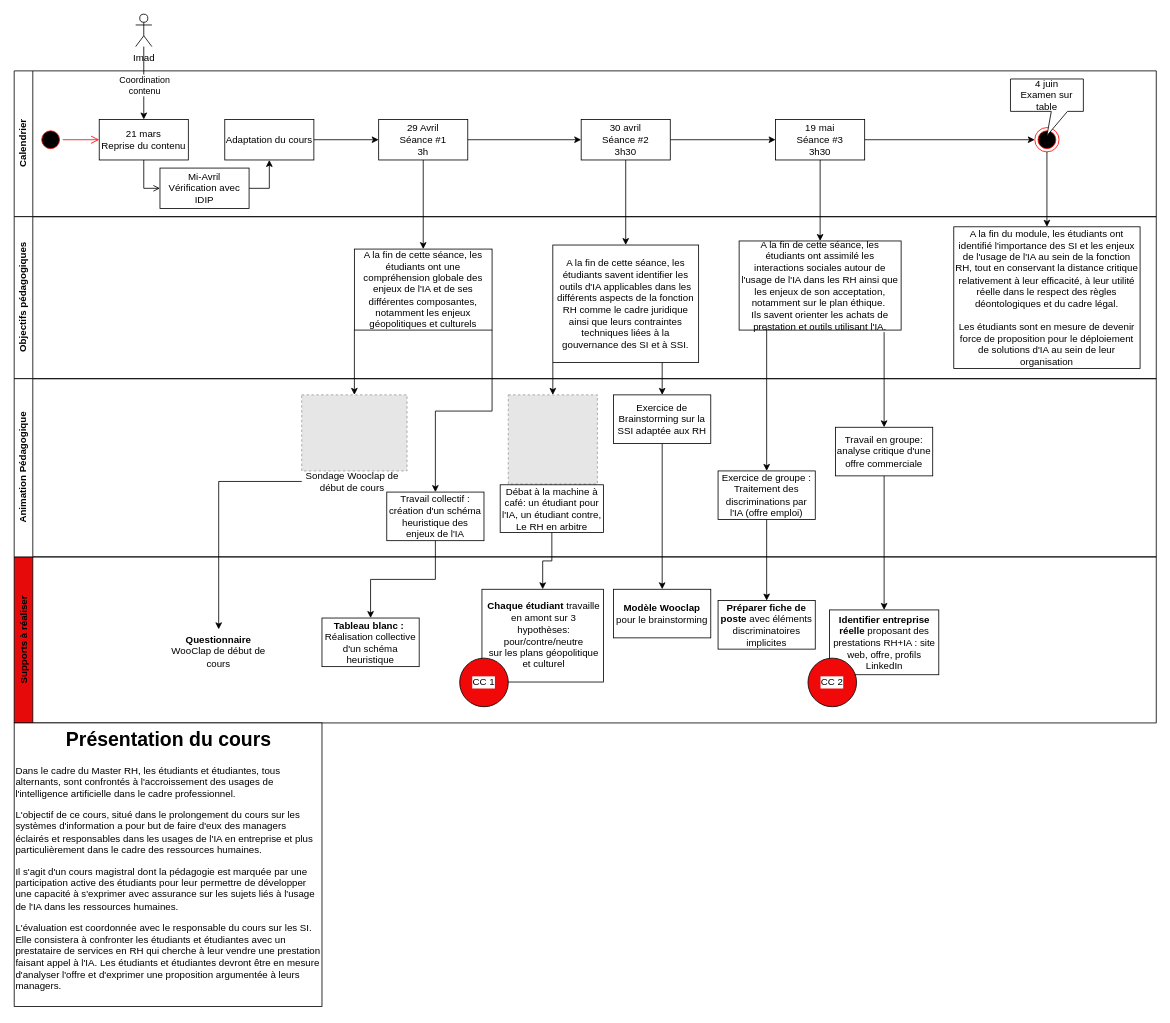
Above: page "Parcours pédagogique" (1 of 3) of Cours IA et RH.drawio in Fabrice-64/Drawings (draw.io), before the change. Source tidied: cells renumbered, new cells numbered last; positions are measured from the earlier drawing's top-left corner, leaving out a move shared by most shapes. Both pictures are drawn from the tidied source at 81%, with x=0, y=0 at pixel (14, 14). Pictures stored in the file or linked from it are replaced by grey dashed boxes.
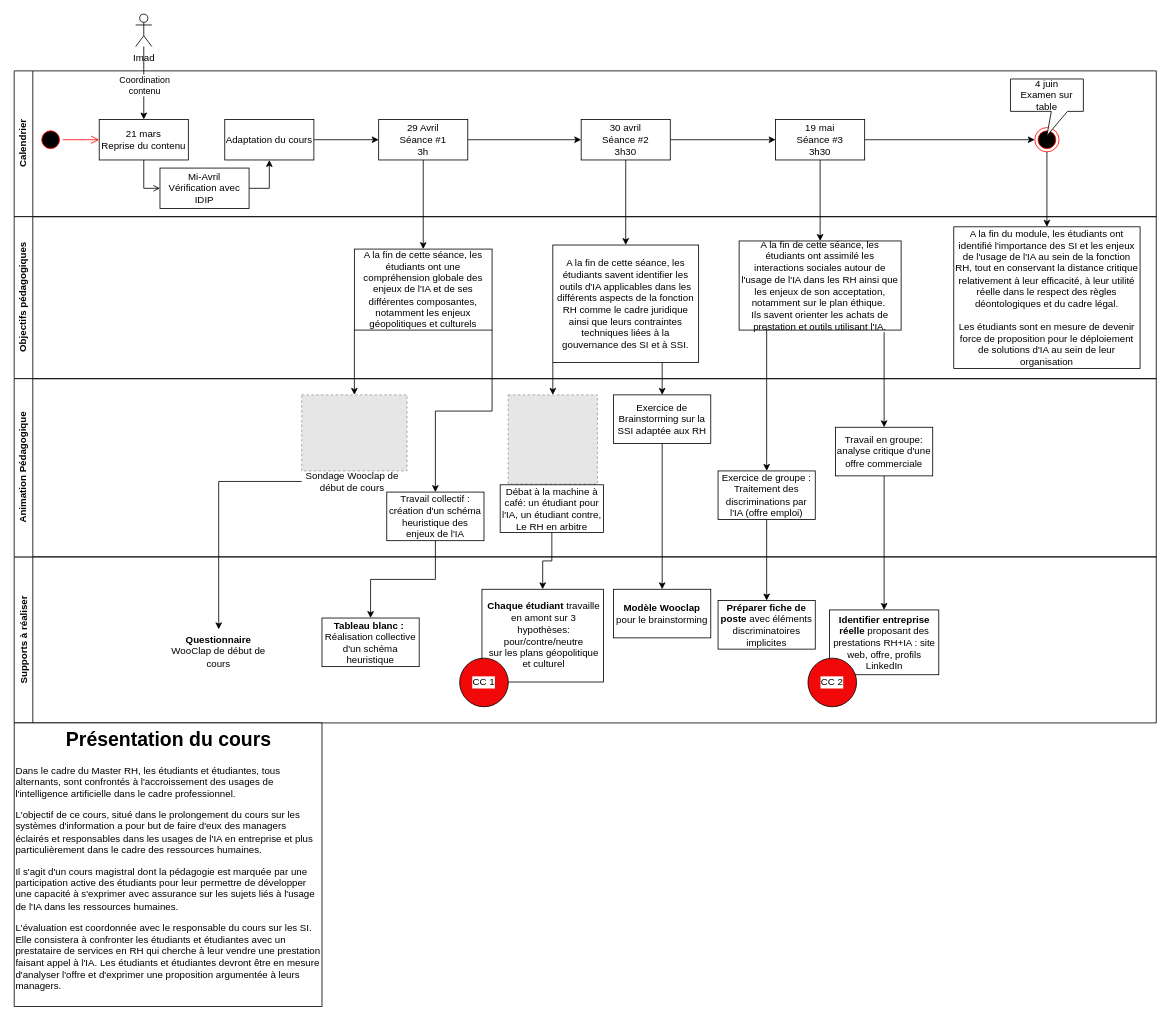
Above is the later version.

Change to the diagram source:
```diff
@@
-    <mxCell id="31" value="Supports à réaliser" style="swimlane;horizontal=0;whiteSpace=wrap;html=1;perimeterSpacing=1;fillColor=light-dark(#e60a0a, #ededed);" parent="1" vertex="1">
+    <mxCell id="31" value="Supports à réaliser" style="swimlane;horizontal=0;whiteSpace=wrap;html=1;perimeterSpacing=1;fillColor=light-dark(#FFFFFF,#EDEDED);" parent="1" vertex="1">
       <mxGeometry y="670" width="1410" height="205" as="geometry" />
     </mxCell>
```
